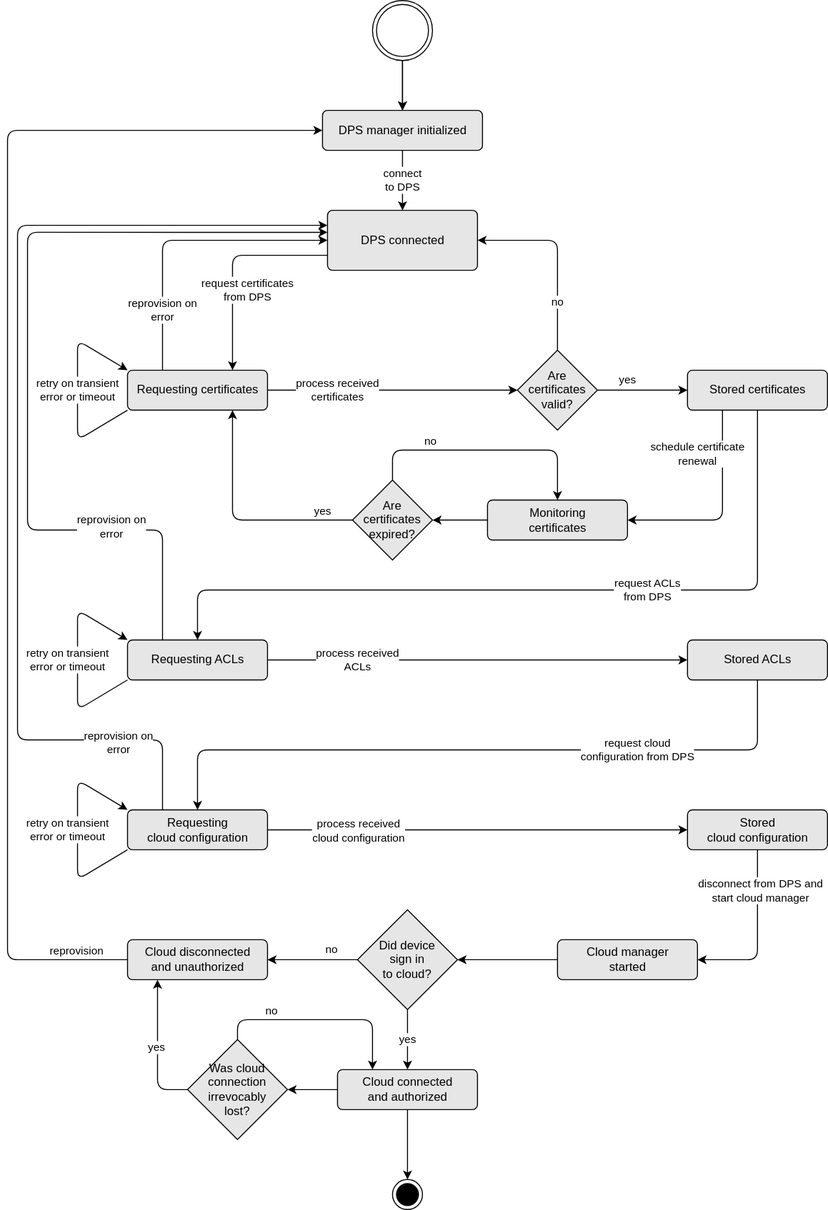
plgd-dev/doc keeps this draw.io diagram as content/en/docs/device-provisioning-service/static/retry-mechanism.drawio.svg. Above is the earlier version. Source tidied: cells renumbered, new cells last; positions are measured from the earlier drawing's top-left corner, leaving out a move shared by most shapes.
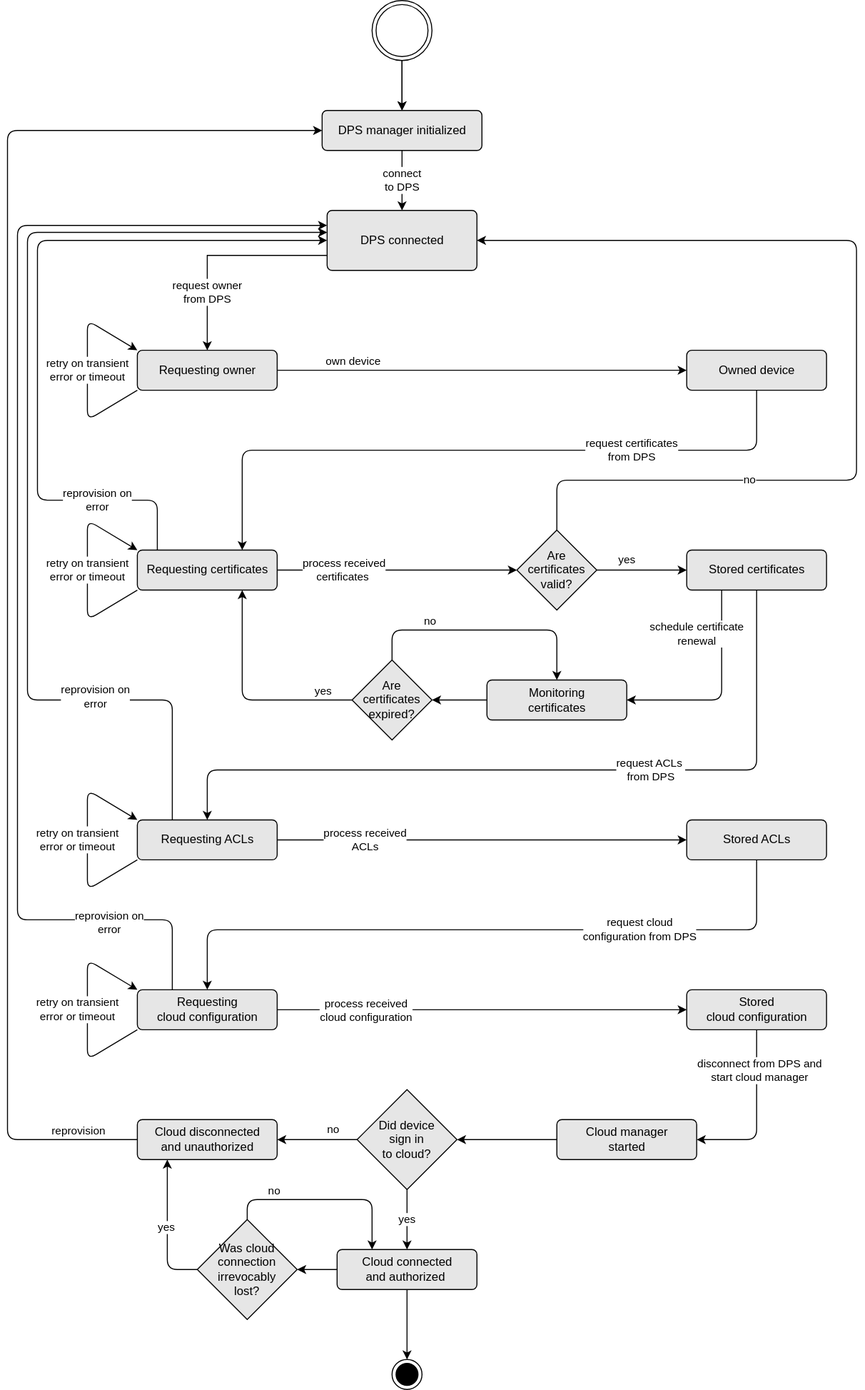
The same file after the commit.

Diff of the diagram source:
```diff
@@ -9,13 +9,13 @@
       <mxGeometry relative="1" as="geometry" />
     </mxCell>
     <mxCell id="4" style="ellipse;shape=doubleEllipse;html=1;dashed=0;whitespace=wrap;" parent="1" vertex="1">
-      <mxGeometry x="365" width="60" height="60" as="geometry" />
+      <mxGeometry x="365" y="-180" width="60" height="60" as="geometry" />
     </mxCell>
     <mxCell id="5" value="connect&lt;br&gt;to DPS" style="edgeStyle=none;html=1;labelBackgroundColor=#FFFFFF;fontColor=#000000;strokeColor=#000000;entryX=0.5;entryY=0;entryDx=0;entryDy=0;" parent="1" edge="1" source="6" target="49">
       <mxGeometry relative="1" as="geometry" />
     </mxCell>
     <mxCell id="6" value="DPS manager initialized&lt;br&gt;" style="html=1;align=center;verticalAlign=middle;rounded=1;absoluteArcSize=1;arcSize=10;dashed=0;fontColor=#000000;fillColor=#E6E6E6;" parent="1" vertex="1">
-      <mxGeometry x="315" y="110" width="160" height="40" as="geometry" />
+      <mxGeometry x="315" y="-70" width="160" height="40" as="geometry" />
     </mxCell>
     <mxCell id="7" style="edgeStyle=none;html=1;entryX=1;entryY=0.5;entryDx=0;entryDy=0;strokeColor=#000000;" parent="1" edge="1" source="9" target="31">
       <mxGeometry relative="1" as="geometry">
@@ -36,20 +36,23 @@
     <mxCell id="11" value="retry on transient&lt;br&gt;error or timeout" style="edgeStyle=none;html=1;exitX=0;exitY=1;exitDx=0;exitDy=0;entryX=0;entryY=0;entryDx=0;entryDy=0;labelBackgroundColor=#FFFFFF;fontColor=#000000;strokeColor=#000000;" parent="1" edge="1" source="13" target="13">
       <mxGeometry relative="1" as="geometry">
         <Array as="points">
-          <mxPoint x="70" y="440" />
-          <mxPoint x="70" y="340" />
+          <mxPoint x="80" y="440" />
+          <mxPoint x="80" y="340" />
         </Array>
       </mxGeometry>
     </mxCell>
-    <mxCell id="12" value="reprovision on &lt;br&gt;error" style="edgeStyle=none;html=1;exitX=0.25;exitY=0;exitDx=0;exitDy=0;entryX=0;entryY=0.5;entryDx=0;entryDy=0;fontColor=#000000;labelBackgroundColor=#FFFFFF;strokeColor=#000000;" parent="1" edge="1" source="13" target="49">
-      <mxGeometry x="-0.59" relative="1" as="geometry">
+    <mxCell id="12" value="reprovision on &lt;br&gt;error" style="edgeStyle=none;html=1;entryX=0;entryY=0.5;entryDx=0;entryDy=0;fontColor=#000000;labelBackgroundColor=#FFFFFF;strokeColor=#000000;" parent="1" edge="1" target="49">
+      <mxGeometry x="-0.69" relative="1" as="geometry">
+        <mxPoint x="150" y="370" as="sourcePoint" />
         <Array as="points">
-          <mxPoint x="155" y="240" />
+          <mxPoint x="150" y="320" />
+          <mxPoint x="30" y="320" />
+          <mxPoint x="30" y="60" />
         </Array>
       </mxGeometry>
     </mxCell>
     <mxCell id="13" value="Requesting certificates" style="html=1;align=center;verticalAlign=middle;rounded=1;absoluteArcSize=1;arcSize=10;dashed=0;fontColor=#000000;fillColor=#E6E6E6;" parent="1" vertex="1">
-      <mxGeometry x="120" y="370" width="140" height="40" as="geometry" />
+      <mxGeometry x="130" y="370" width="140" height="40" as="geometry" />
     </mxCell>
     <mxCell id="14" style="edgeStyle=none;html=1;entryX=0;entryY=0.5;entryDx=0;entryDy=0;strokeColor=#000000;" parent="1" edge="1" source="19" target="9">
       <mxGeometry relative="1" as="geometry" />
@@ -62,17 +65,17 @@
     <mxCell id="16" value="&lt;span style=&quot;font-size: 11px; font-style: normal; font-weight: 400; letter-spacing: normal; text-align: center; text-indent: 0px; text-transform: none; word-spacing: 0px; font-family: helvetica; display: inline; float: none;&quot;&gt;retry on transient&lt;/span&gt;&lt;br style=&quot;font-size: 11px; font-style: normal; font-weight: 400; letter-spacing: normal; text-align: center; text-indent: 0px; text-transform: none; word-spacing: 0px; font-family: helvetica;&quot;&gt;&lt;span style=&quot;font-size: 11px; font-style: normal; font-weight: 400; letter-spacing: normal; text-align: center; text-indent: 0px; text-transform: none; word-spacing: 0px; font-family: helvetica; display: inline; float: none;&quot;&gt;error or timeout&lt;/span&gt;" style="edgeStyle=none;html=1;exitX=0;exitY=1;exitDx=0;exitDy=0;entryX=0;entryY=0;entryDx=0;entryDy=0;labelBackgroundColor=#FFFFFF;fontColor=#000000;strokeColor=#000000;" parent="1" edge="1" source="19" target="19">
       <mxGeometry y="10" relative="1" as="geometry">
         <Array as="points">
-          <mxPoint x="70" y="880" />
-          <mxPoint x="70" y="780" />
+          <mxPoint x="80" y="880" />
+          <mxPoint x="80" y="780" />
         </Array>
       </mxGeometry>
     </mxCell>
     <mxCell id="17" style="edgeStyle=none;html=1;exitX=0.25;exitY=0;exitDx=0;exitDy=0;entryX=0;entryY=0.25;entryDx=0;entryDy=0;strokeColor=#000000;" parent="1" edge="1" source="19" target="49">
       <mxGeometry relative="1" as="geometry">
         <Array as="points">
-          <mxPoint x="155" y="740" />
+          <mxPoint x="165" y="740" />
           <mxPoint x="10" y="740" />
-          <mxPoint x="10" y="225" />
+          <mxPoint x="10" y="45" />
         </Array>
       </mxGeometry>
     </mxCell>
@@ -82,7 +85,7 @@
       </mxGeometry>
     </mxCell>
     <mxCell id="19" value="Requesting&lt;br&gt;cloud configuration" style="html=1;align=center;verticalAlign=middle;rounded=1;absoluteArcSize=1;arcSize=10;dashed=0;fontColor=#000000;fillColor=#E6E6E6;" parent="1" vertex="1">
-      <mxGeometry x="120" y="810" width="140" height="40" as="geometry" />
+      <mxGeometry x="130" y="810" width="140" height="40" as="geometry" />
     </mxCell>
     <mxCell id="20" value="schedule certificate&lt;br&gt;renewal" style="edgeStyle=none;html=1;entryX=1;entryY=0.5;entryDx=0;entryDy=0;exitX=0.25;exitY=1;exitDx=0;exitDy=0;fontColor=#000000;labelBackgroundColor=#FFFFFF;strokeColor=#000000;" parent="1" edge="1" source="22" target="33">
       <mxGeometry x="-0.57" y="-25" relative="1" as="geometry">
@@ -95,8 +98,7 @@
       <mxGeometry x="-0.27" relative="1" as="geometry">
         <Array as="points">
           <mxPoint x="750" y="590" />
-          <mxPoint x="190" y="590" />
-          <mxPoint x="190" y="640" />
+          <mxPoint x="200" y="590" />
         </Array>
       </mxGeometry>
     </mxCell>
@@ -109,17 +111,17 @@
     <mxCell id="24" value="&lt;span style=&quot;font-family: helvetica; font-size: 11px; font-style: normal; font-weight: 400; letter-spacing: normal; text-align: center; text-indent: 0px; text-transform: none; word-spacing: 0px; display: inline; float: none;&quot;&gt;retry on transient&lt;/span&gt;&lt;br style=&quot;font-family: helvetica; font-size: 11px; font-style: normal; font-weight: 400; letter-spacing: normal; text-align: center; text-indent: 0px; text-transform: none; word-spacing: 0px;&quot;&gt;&lt;span style=&quot;font-family: helvetica; font-size: 11px; font-style: normal; font-weight: 400; letter-spacing: normal; text-align: center; text-indent: 0px; text-transform: none; word-spacing: 0px; display: inline; float: none;&quot;&gt;error or timeout&lt;/span&gt;" style="edgeStyle=none;html=1;exitX=0;exitY=1;exitDx=0;exitDy=0;entryX=0;entryY=0;entryDx=0;entryDy=0;labelBorderColor=none;labelBackgroundColor=#FFFFFF;fontColor=#000000;strokeColor=#000000;" parent="1" edge="1" source="27" target="27">
       <mxGeometry y="10" relative="1" as="geometry">
         <Array as="points">
-          <mxPoint x="70" y="710" />
-          <mxPoint x="70" y="610" />
+          <mxPoint x="80" y="710" />
+          <mxPoint x="80" y="610" />
         </Array>
       </mxGeometry>
     </mxCell>
     <mxCell id="25" style="edgeStyle=none;html=1;exitX=0.25;exitY=0;exitDx=0;exitDy=0;entryX=0;entryY=0.367;entryDx=0;entryDy=0;entryPerimeter=0;strokeColor=#000000;" parent="1" edge="1" source="27" target="49">
       <mxGeometry relative="1" as="geometry">
         <Array as="points">
-          <mxPoint x="155" y="530" />
-          <mxPoint x="20" y="530" />
-          <mxPoint x="20" y="232" />
+          <mxPoint x="165" y="520" />
+          <mxPoint x="20" y="520" />
+          <mxPoint x="20" y="52" />
         </Array>
       </mxGeometry>
     </mxCell>
@@ -127,13 +129,13 @@
       <mxGeometry x="-0.62" y="-4" relative="1" as="geometry" />
     </mxCell>
     <mxCell id="27" value="Requesting ACLs" style="html=1;align=center;verticalAlign=middle;rounded=1;absoluteArcSize=1;arcSize=10;dashed=0;fontColor=#000000;fillColor=#E6E6E6;" parent="1" vertex="1">
-      <mxGeometry x="120" y="640" width="140" height="40" as="geometry" />
+      <mxGeometry x="130" y="640" width="140" height="40" as="geometry" />
     </mxCell>
     <mxCell id="28" value="request cloud&lt;br&gt;configuration from DPS" style="edgeStyle=none;html=1;entryX=0.5;entryY=0;entryDx=0;entryDy=0;exitX=0.5;exitY=1;exitDx=0;exitDy=0;fontColor=#000000;labelBackgroundColor=#FFFFFF;strokeColor=#000000;" parent="1" edge="1" source="29" target="19">
       <mxGeometry x="-0.45" relative="1" as="geometry">
         <Array as="points">
           <mxPoint x="750" y="750" />
-          <mxPoint x="190" y="750" />
+          <mxPoint x="200" y="750" />
         </Array>
       </mxGeometry>
     </mxCell>
@@ -163,7 +165,9 @@
     <mxCell id="35" value="no" style="edgeStyle=none;html=1;exitX=0.5;exitY=0;exitDx=0;exitDy=0;entryX=1;entryY=0.5;entryDx=0;entryDy=0;fontColor=#000000;labelBackgroundColor=#FFFFFF;strokeColor=#000000;" parent="1" edge="1" source="36" target="49">
       <mxGeometry x="-0.5" relative="1" as="geometry">
         <Array as="points">
-          <mxPoint x="550" y="240" />
+          <mxPoint x="550" y="300" />
+          <mxPoint x="850" y="300" />
+          <mxPoint x="850" y="60" />
         </Array>
       </mxGeometry>
     </mxCell>
@@ -195,7 +199,7 @@
       <mxGeometry relative="1" as="geometry">
         <Array as="points">
           <mxPoint y="960" />
-          <mxPoint y="130" />
+          <mxPoint y="-50" />
         </Array>
       </mxGeometry>
     </mxCell>
@@ -205,22 +209,29 @@
       </mxGeometry>
     </mxCell>
     <mxCell id="46" value="Cloud disconnected&lt;br&gt;and unauthorized" style="html=1;align=center;verticalAlign=middle;rounded=1;absoluteArcSize=1;arcSize=10;dashed=0;fontColor=#000000;fillColor=#E6E6E6;" parent="1" vertex="1">
-      <mxGeometry x="120" y="940" width="140" height="40" as="geometry" />
+      <mxGeometry x="130" y="940" width="140" height="40" as="geometry" />
     </mxCell>
-    <mxCell id="47" value="request certificates&lt;br&gt;from DPS" style="edgeStyle=none;html=1;exitX=0;exitY=0.75;exitDx=0;exitDy=0;entryX=0.75;entryY=0;entryDx=0;entryDy=0;fontColor=#000000;labelBackgroundColor=#FFFFFF;strokeColor=#000000;" parent="1" edge="1" source="49" target="13">
-      <mxGeometry x="0.24" y="15" relative="1" as="geometry">
+    <mxCell id="47" value="request certificates&lt;br&gt;from DPS" style="edgeStyle=none;html=1;exitX=0.5;exitY=1;exitDx=0;exitDy=0;entryX=0.75;entryY=0;entryDx=0;entryDy=0;fontColor=#000000;labelBackgroundColor=#FFFFFF;strokeColor=#000000;" parent="1" edge="1" source="62" target="13">
+      <mxGeometry x="-0.45" relative="1" as="geometry">
         <Array as="points">
-          <mxPoint x="225" y="255" />
+          <mxPoint x="750" y="270" />
+          <mxPoint x="235" y="270" />
         </Array>
       </mxGeometry>
     </mxCell>
     <mxCell id="48" style="edgeStyle=none;html=1;exitX=1;exitY=0.5;exitDx=0;exitDy=0;" parent="1" edge="1" source="49">
       <mxGeometry relative="1" as="geometry">
-        <mxPoint x="470" y="240" as="targetPoint" />
+        <mxPoint x="470" y="60" as="targetPoint" />
       </mxGeometry>
     </mxCell>
+    <mxCell id="60" style="edgeStyle=orthogonalEdgeStyle;rounded=0;jettySize=auto;html=1;entryX=0.5;entryY=0;entryDx=0;entryDy=0;exitX=0;exitY=0.75;exitDx=0;exitDy=0;" parent="1" edge="1" source="49" target="65">
+      <mxGeometry relative="1" as="geometry" />
+    </mxCell>
+    <mxCell id="61" value="request owner&lt;br&gt;from DPS" style="edgeLabel;html=1;align=center;verticalAlign=middle;" parent="60" vertex="1">
+      <mxGeometry x="0.45" y="-1" relative="1" as="geometry" />
+    </mxCell>
     <mxCell id="49" value="DPS connected" style="html=1;align=center;verticalAlign=middle;rounded=1;absoluteArcSize=1;arcSize=10;dashed=0;fillColor=#E6E6E6;fontColor=#000000;horizontal=1;" parent="1" vertex="1">
-      <mxGeometry x="320" y="210" width="150" height="60" as="geometry" />
+      <mxGeometry x="320" y="30" width="150" height="60" as="geometry" />
     </mxCell>
     <mxCell id="50" style="edgeStyle=none;html=1;exitX=0.5;exitY=0;exitDx=0;exitDy=0;fontColor=#000000;strokeColor=#000000;entryX=0.5;entryY=0;entryDx=0;entryDy=0;" parent="1" edge="1" source="54" target="33">
       <mxGeometry relative="1" as="geometry">
@@ -238,7 +249,7 @@
     <mxCell id="52" style="edgeStyle=none;html=1;fontColor=#000000;strokeColor=#000000;entryX=0.75;entryY=1;entryDx=0;entryDy=0;exitX=0;exitY=0.5;exitDx=0;exitDy=0;" parent="1" edge="1" source="54" target="13">
       <mxGeometry relative="1" as="geometry">
         <Array as="points">
-          <mxPoint x="225" y="520" />
+          <mxPoint x="235" y="520" />
         </Array>
       </mxGeometry>
     </mxCell>
@@ -253,7 +264,7 @@
     <mxCell id="55" style="edgeStyle=none;html=1;fontColor=#000000;strokeColor=#000000;exitX=0.5;exitY=0;exitDx=0;exitDy=0;entryX=0.25;entryY=0;entryDx=0;entryDy=0;" parent="1" edge="1" source="59" target="42">
       <mxGeometry relative="1" as="geometry">
         <Array as="points">
-          <mxPoint x="230" y="1020" />
+          <mxPoint x="240" y="1020" />
           <mxPoint x="365" y="1020" />
         </Array>
       </mxGeometry>
@@ -265,9 +276,9 @@
     </mxCell>
     <mxCell id="57" style="edgeStyle=none;html=1;fontColor=#000000;strokeColor=#000000;exitX=0;exitY=0.5;exitDx=0;exitDy=0;" parent="1" edge="1" source="59">
       <mxGeometry relative="1" as="geometry">
-        <mxPoint x="150" y="980" as="targetPoint" />
+        <mxPoint x="160" y="980" as="targetPoint" />
         <Array as="points">
-          <mxPoint x="150" y="1090" />
+          <mxPoint x="160" y="1090" />
         </Array>
       </mxGeometry>
     </mxCell>
@@ -275,7 +286,29 @@
       <mxGeometry x="0.04" y="2" relative="1" as="geometry" />
     </mxCell>
     <mxCell id="59" value="Was cloud connection irrevocably&lt;br&gt;lost?" style="rhombus;whiteSpace=wrap;html=1;labelBackgroundColor=none;fontColor=#000000;fillColor=#E6E6E6;" parent="1" vertex="1">
-      <mxGeometry x="180" y="1040" width="100" height="100" as="geometry" />
+      <mxGeometry x="190" y="1040" width="100" height="100" as="geometry" />
     </mxCell>
+    <mxCell id="62" value="Owned device" style="html=1;align=center;verticalAlign=middle;rounded=1;absoluteArcSize=1;arcSize=10;dashed=0;fontColor=#000000;fillColor=#E6E6E6;" parent="1" vertex="1">
+      <mxGeometry x="680" y="170" width="140" height="40" as="geometry" />
+    </mxCell>
+    <mxCell id="63" style="edgeStyle=orthogonalEdgeStyle;rounded=0;jettySize=auto;html=1;entryX=0;entryY=0.5;entryDx=0;entryDy=0;" parent="1" edge="1" source="65" target="62">
+      <mxGeometry relative="1" as="geometry" />
+    </mxCell>
+    <mxCell id="64" value="own device" style="edgeLabel;html=1;align=center;verticalAlign=middle;" parent="63" vertex="1">
+      <mxGeometry x="-0.42" y="1" relative="1" as="geometry">
+        <mxPoint x="-44" y="-9" as="offset" />
+      </mxGeometry>
+    </mxCell>
+    <mxCell id="65" value="Requesting owner" style="html=1;align=center;verticalAlign=middle;rounded=1;absoluteArcSize=1;arcSize=10;dashed=0;fontColor=#000000;fillColor=#E6E6E6;" parent="1" vertex="1">
+      <mxGeometry x="130" y="170" width="140" height="40" as="geometry" />
+    </mxCell>
+    <mxCell id="66" value="retry on transient&lt;br&gt;error or timeout" style="edgeStyle=none;html=1;exitX=0;exitY=1;exitDx=0;exitDy=0;labelBackgroundColor=#FFFFFF;fontColor=#000000;strokeColor=#000000;entryX=0;entryY=0;entryDx=0;entryDy=0;" parent="1" edge="1" source="65" target="65">
+      <mxGeometry relative="1" as="geometry">
+        <Array as="points">
+          <mxPoint x="80" y="240" />
+          <mxPoint x="80" y="140" />
+        </Array>
+      </mxGeometry>
+    </mxCell>
   </root>
 </mxGraphModel>
```
